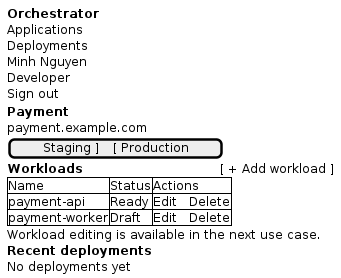
Earlier version of the PlantUML export orchestrator_docs/usecase/UC-01/ui/wireframe.png (pr3s3nt/poc). Its source is kept beside it as orchestrator_docs/usecase/UC-01/ui/wireframe.puml.
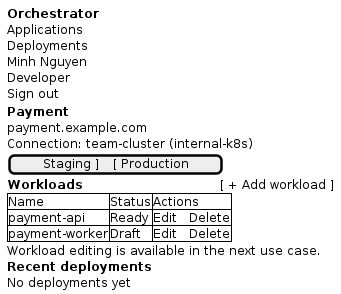
Above is the later version.

Change to the diagram source:
```diff
@@ -15,6 +15,7 @@
   {
     <b>Payment</b>
     payment.example.com
+    Connection: team-cluster (internal-k8s)
 
     [ Staging ]   [ Production ]
 
```
